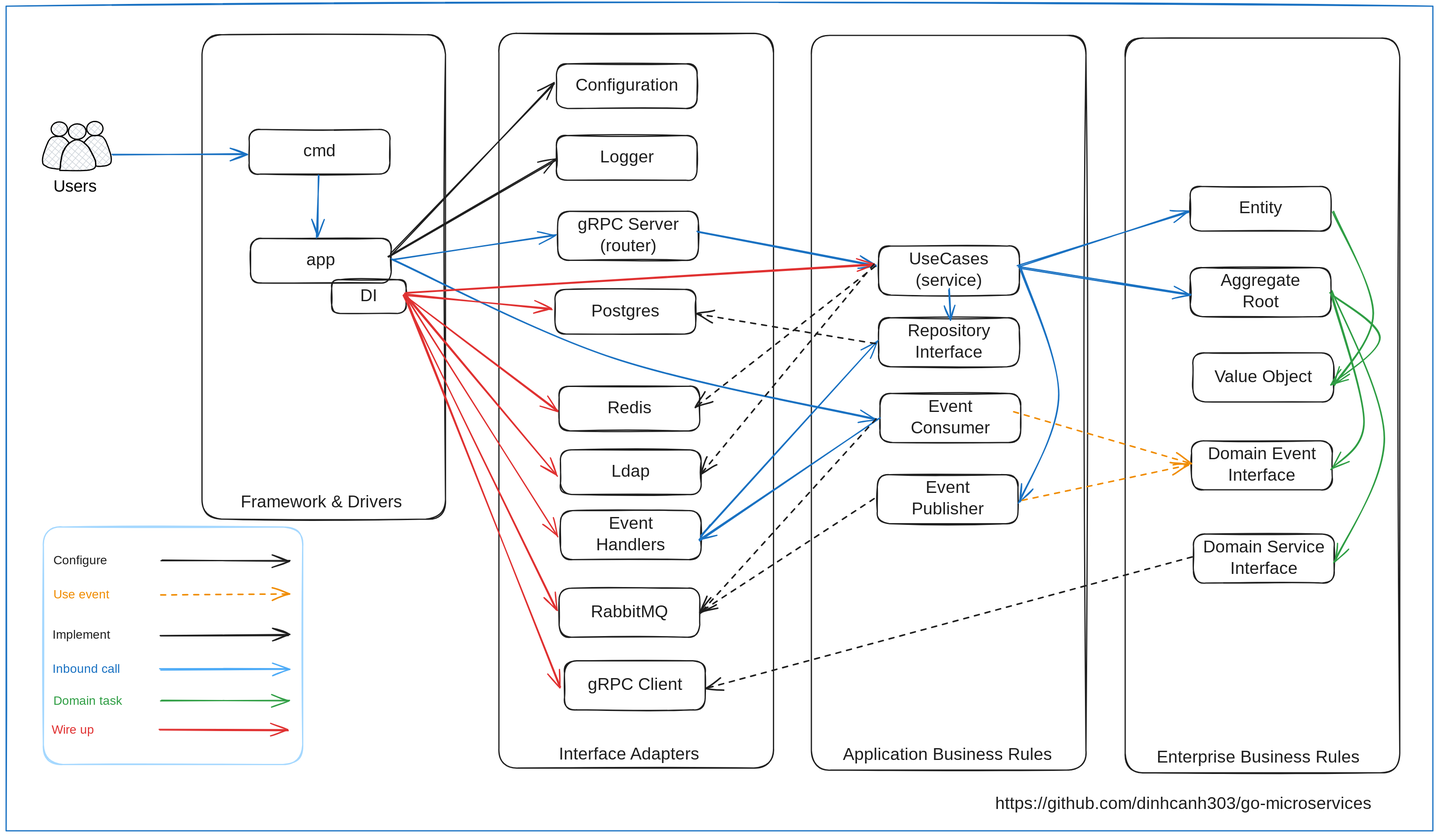
dinhcanh303/go-microservices keeps this Excalidraw diagram as docs/clean_ddd.svg. Above is the earlier version. Source tidied: one line per element, renumbered; positions are measured from the earlier drawing's top-left corner, leaving out a move shared by most shapes.
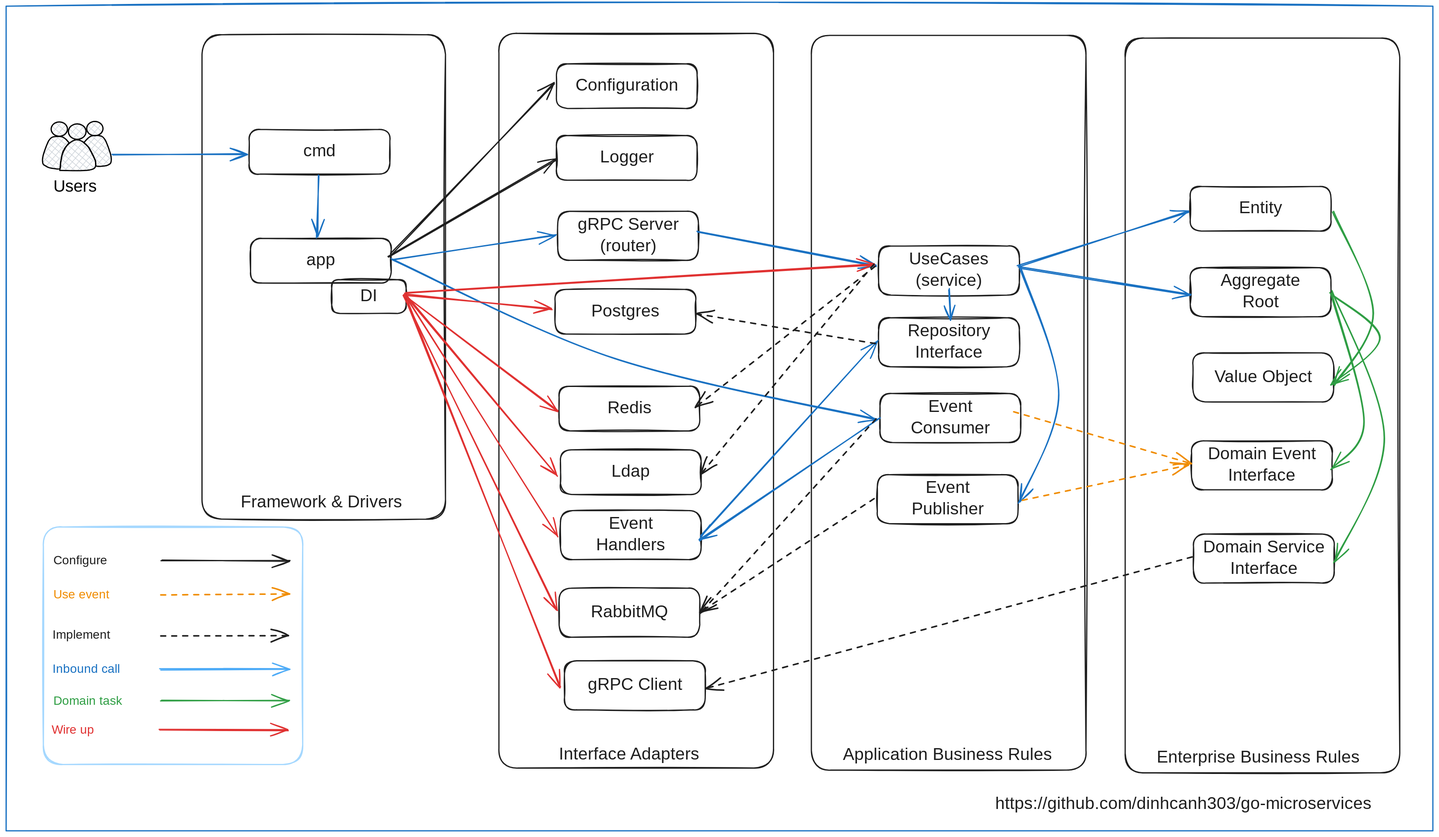
After the commit.

Change to the diagram source:
```diff
@@ -4,7 +4,7 @@
 {"id": 3, "type": "text", "text": "Use event", "strokeColor": "#f08c00", "backgroundColor": "#fff9db", "fillStyle": "hachure", "strokeWidth": 2, "roughness": 1, "fontSize": 20, "fontFamily": 1, "x": 77, "y": 948, "width": 99, "height": 25}
 {"id": 4, "type": "arrow", "strokeColor": "#f08c00", "backgroundColor": "#fff9db", "fillStyle": "hachure", "strokeWidth": 2, "strokeStyle": "dashed", "roughness": 1, "endArrowhead": "arrow", "round": true, "x": 253, "y": 960, "width": 210, "height": 0, "points": [[0, 0], [210, 0]]}
 {"id": 5, "type": "text", "text": "Implement", "strokeColor": "#1e1e1e", "backgroundColor": "#fff9db", "fillStyle": "hachure", "strokeWidth": 2, "roughness": 1, "fontSize": 20, "fontFamily": 1, "x": 75, "y": 1015, "width": 94, "height": 25}
-{"id": 6, "type": "arrow", "strokeColor": "#1e1e1e", "backgroundColor": "#fff9db", "fillStyle": "hachure", "strokeWidth": 2, "roughness": 1, "endArrowhead": "arrow", "round": true, "x": 251, "y": 1027, "width": 210, "height": 0, "points": [[0, 0], [210, 0]]}
+{"id": 6, "type": "arrow", "strokeColor": "#1e1e1e", "backgroundColor": "#fff9db", "fillStyle": "hachure", "strokeWidth": 2, "strokeStyle": "dashed", "roughness": 1, "endArrowhead": "arrow", "round": true, "x": 251, "y": 1027, "width": 210, "height": 0, "points": [[0, 0], [210, 0]]}
 {"id": 7, "type": "text", "text": "Inbound call", "strokeColor": "#1971c2", "backgroundColor": "#fff9db", "fillStyle": "hachure", "strokeWidth": 2, "roughness": 1, "fontSize": 20, "fontFamily": 1, "x": 75, "y": 1070, "width": 117, "height": 25}
 {"id": 8, "type": "arrow", "strokeColor": "#4dabf7", "backgroundColor": "#fff9db", "fillStyle": "hachure", "strokeWidth": 2, "roughness": 1, "endArrowhead": "arrow", "round": true, "x": 251, "y": 1082, "width": 210, "height": 0, "points": [[0, 0], [210, 0]]}
 {"id": 9, "type": "text", "text": "Users", "strokeColor": "#000000", "backgroundColor": "white", "fillStyle": "solid", "strokeWidth": 1, "roughness": 1, "fontSize": 26.87, "fontFamily": 1, "x": 77, "y": 279, "width": 75, "height": 34}
```
